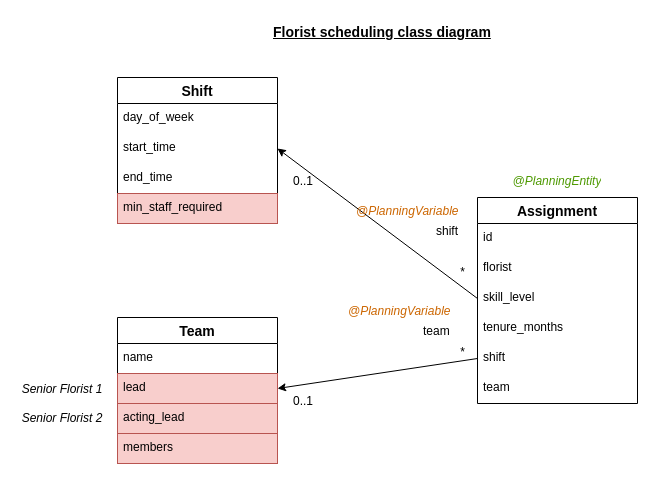
Before: diagram.drawio in yewshanooi-tech/scheduling, a draw.io diagram. Source tidied: cells renumbered, new cells numbered last; positions are measured from the earlier drawing's top-left corner, leaving out a move shared by most shapes. Both pictures are drawn from the tidied source at 100%, with x=0, y=0 at pixel (17, 17).
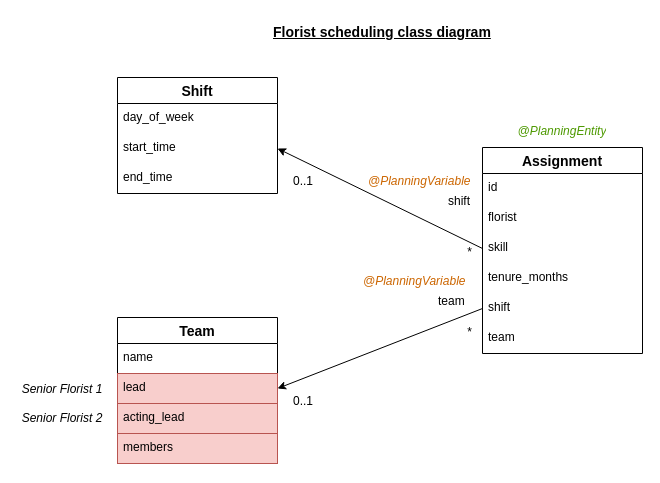
The same diagram, later.

Commit message (it also covers changes not shown here):
fix: updated skill_level to skill

The edit, as a diff of the source:
```diff
@@
     <mxCell id="2" value="Assignment" style="swimlane;fontStyle=1;horizontal=1;startSize=26;align=center;fontSize=14;" parent="1" vertex="1">
-      <mxGeometry x="460" y="180" width="160" height="206" as="geometry" />
+      <mxGeometry x="465" y="130" width="160" height="206" as="geometry" />
     </mxCell>
@@
-    <mxCell id="5" value="skill_level" style="text;spacingLeft=4;spacingRight=4;overflow=hidden;points=[[0,0.5],[1,0.5]];portConstraint=eastwest;fontSize=12;whiteSpace=wrap;html=1;" parent="2" vertex="1">
+    <mxCell id="5" value="skill" style="text;spacingLeft=4;spacingRight=4;overflow=hidden;points=[[0,0.5],[1,0.5]];portConstraint=eastwest;fontSize=12;whiteSpace=wrap;html=1;" parent="2" vertex="1">
       <mxGeometry y="86" width="160" height="30" as="geometry" />
     </mxCell>
@@
     <mxCell id="9" value="Shift" style="swimlane;fontStyle=1;horizontal=1;startSize=26;align=center;fontSize=14;" parent="1" vertex="1">
-      <mxGeometry x="100" y="60" width="160" height="146" as="geometry" />
+      <mxGeometry x="100" y="60" width="160" height="116" as="geometry" />
     </mxCell>
@@
-    <mxCell id="13" value="min_staff_required" style="text;strokeColor=#b85450;fillColor=#f8cecc;spacingLeft=4;spacingRight=4;overflow=hidden;fontSize=12;whiteSpace=wrap;html=1;" parent="9" vertex="1">
-      <mxGeometry y="116" width="160" height="30" as="geometry" />
-    </mxCell>
@@
     <mxCell id="22" value="shift" style="text;strokeColor=none;fillColor=none;spacingLeft=4;spacingRight=4;overflow=hidden;fontSize=12;whiteSpace=wrap;html=1;" parent="1" vertex="1">
-      <mxGeometry x="413" y="200" width="40" height="30" as="geometry" />
+      <mxGeometry x="425" y="170" width="40" height="30" as="geometry" />
     </mxCell>
     <mxCell id="23" value="team" style="text;strokeColor=none;fillColor=none;spacingLeft=4;spacingRight=4;overflow=hidden;fontSize=12;whiteSpace=wrap;html=1;" parent="1" vertex="1">
-      <mxGeometry x="400" y="300" width="40" height="30" as="geometry" />
+      <mxGeometry x="415" y="270" width="40" height="30" as="geometry" />
     </mxCell>
     <mxCell id="24" value="*" style="text;strokeColor=none;fillColor=none;spacingLeft=4;spacingRight=4;overflow=hidden;fontSize=12;whiteSpace=wrap;html=1;verticalAlign=middle;align=center;" parent="1" vertex="1">
-      <mxGeometry x="438" y="240" width="15" height="30" as="geometry" />
+      <mxGeometry x="445" y="220" width="15" height="30" as="geometry" />
     </mxCell>
@@
     <mxCell id="27" value="*" style="text;strokeColor=none;fillColor=none;spacingLeft=4;spacingRight=4;overflow=hidden;fontSize=12;whiteSpace=wrap;html=1;verticalAlign=middle;align=center;" parent="1" vertex="1">
-      <mxGeometry x="438" y="320" width="15" height="30" as="geometry" />
+      <mxGeometry x="445" y="300" width="15" height="30" as="geometry" />
     </mxCell>
     <mxCell id="28" value="@PlanningVariable" style="text;strokeColor=none;fillColor=none;spacingLeft=4;spacingRight=4;overflow=hidden;fontSize=12;whiteSpace=wrap;html=1;fontStyle=2;fontColor=#CC6600;" parent="1" vertex="1">
-      <mxGeometry x="333" y="180" width="120" height="30" as="geometry" />
+      <mxGeometry x="345" y="150" width="120" height="30" as="geometry" />
     </mxCell>
     <mxCell id="29" value="@PlanningEntity" style="text;strokeColor=none;fillColor=none;spacingLeft=4;spacingRight=4;overflow=hidden;fontSize=12;whiteSpace=wrap;html=1;fontStyle=2;align=center;fontColor=#4D9900;" parent="1" vertex="1">
-      <mxGeometry x="490" y="150" width="100" height="30" as="geometry" />
+      <mxGeometry x="495" y="100" width="100" height="30" as="geometry" />
     </mxCell>
     <mxCell id="30" value="@PlanningVariable" style="text;strokeColor=none;fillColor=none;spacingLeft=4;spacingRight=4;overflow=hidden;fontSize=12;whiteSpace=wrap;html=1;fontStyle=2;fontColor=#CC6600;" parent="1" vertex="1">
-      <mxGeometry x="325" y="280" width="120" height="30" as="geometry" />
+      <mxGeometry x="340" y="250" width="120" height="30" as="geometry" />
     </mxCell>
```
